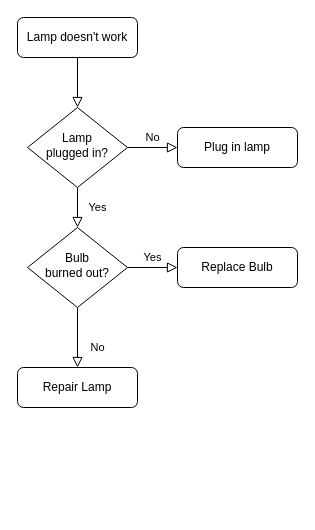
Before: sendCode.drawio in njauwj/draw, a draw.io diagram. Source tidied: cells renumbered, new cells numbered last; positions are measured from the earlier drawing's top-left corner, leaving out a move shared by most shapes. Both pictures are drawn from the tidied source at 100%, with x=0, y=0 at pixel (17, 17).
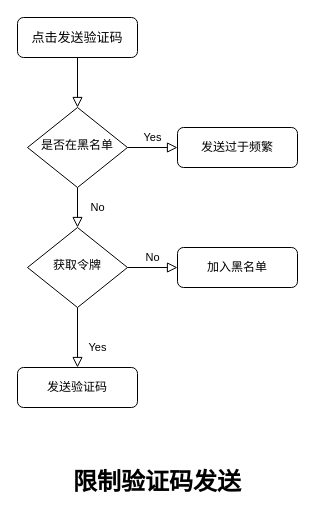
The same diagram, later.

Diff of the diagram source:
```diff
@@
 <mxGraphModel>
   <root>
     <mxCell id="0" />
     <mxCell id="1" parent="0" />
     <mxCell id="2" style="rounded=0;html=1;jettySize=auto;fontSize=11;endArrow=block;endFill=0;endSize=8;strokeWidth=1;shadow=0;labelBackgroundColor=none;edgeStyle=orthogonalEdgeStyle;" parent="1" edge="1" source="3" target="6">
       <mxGeometry relative="1" as="geometry" />
     </mxCell>
-    <mxCell id="3" value="Lamp doesn't work" style="rounded=1;whiteSpace=wrap;html=1;fontSize=12;glass=0;strokeWidth=1;shadow=0;" parent="1" vertex="1">
+    <mxCell id="3" value="&lt;font style=&quot;font-size: 13px;&quot;&gt;点击发送验证码&lt;/font&gt;" style="rounded=1;whiteSpace=wrap;html=1;fontSize=12;glass=0;strokeWidth=1;shadow=0;" parent="1" vertex="1">
       <mxGeometry width="120" height="40" as="geometry" />
     </mxCell>
-    <mxCell id="4" value="Yes" style="rounded=0;html=1;jettySize=auto;fontSize=11;endArrow=block;endFill=0;endSize=8;strokeWidth=1;shadow=0;labelBackgroundColor=none;edgeStyle=orthogonalEdgeStyle;" parent="1" edge="1" source="6" target="10">
+    <mxCell id="4" value="No" style="rounded=0;html=1;jettySize=auto;fontSize=11;endArrow=block;endFill=0;endSize=8;strokeWidth=1;shadow=0;labelBackgroundColor=none;edgeStyle=orthogonalEdgeStyle;" parent="1" edge="1" source="6" target="10">
       <mxGeometry y="20" relative="1" as="geometry" />
     </mxCell>
-    <mxCell id="5" value="No" style="edgeStyle=orthogonalEdgeStyle;rounded=0;html=1;jettySize=auto;fontSize=11;endArrow=block;endFill=0;endSize=8;strokeWidth=1;shadow=0;labelBackgroundColor=none;" parent="1" edge="1" source="6" target="7">
+    <mxCell id="5" value="Yes" style="edgeStyle=orthogonalEdgeStyle;rounded=0;html=1;jettySize=auto;fontSize=11;endArrow=block;endFill=0;endSize=8;strokeWidth=1;shadow=0;labelBackgroundColor=none;" parent="1" edge="1" source="6" target="7">
       <mxGeometry y="10" relative="1" as="geometry" />
     </mxCell>
-    <mxCell id="6" value="Lamp&lt;br&gt;plugged in?" style="rhombus;whiteSpace=wrap;html=1;shadow=0;fontFamily=Helvetica;fontSize=12;align=center;strokeWidth=1;spacing=6;spacingTop=-4;" parent="1" vertex="1">
+    <mxCell id="6" value="&lt;font style=&quot;font-size: 12px;&quot;&gt;是否在黑名单&lt;/font&gt;" style="rhombus;whiteSpace=wrap;html=1;shadow=0;fontFamily=Helvetica;fontSize=12;align=center;strokeWidth=1;spacing=6;spacingTop=-4;" parent="1" vertex="1">
       <mxGeometry x="10" y="90" width="100" height="80" as="geometry" />
     </mxCell>
-    <mxCell id="7" value="Plug in lamp" style="rounded=1;whiteSpace=wrap;html=1;fontSize=12;glass=0;strokeWidth=1;shadow=0;" parent="1" vertex="1">
+    <mxCell id="7" value="发送过于频繁" style="rounded=1;whiteSpace=wrap;html=1;fontSize=12;glass=0;strokeWidth=1;shadow=0;" parent="1" vertex="1">
       <mxGeometry x="160" y="110" width="120" height="40" as="geometry" />
     </mxCell>
-    <mxCell id="8" value="No" style="rounded=0;html=1;jettySize=auto;fontSize=11;endArrow=block;endFill=0;endSize=8;strokeWidth=1;shadow=0;labelBackgroundColor=none;edgeStyle=orthogonalEdgeStyle;" parent="1" edge="1" source="10" target="11">
+    <mxCell id="8" value="Yes" style="rounded=0;html=1;jettySize=auto;fontSize=11;endArrow=block;endFill=0;endSize=8;strokeWidth=1;shadow=0;labelBackgroundColor=none;edgeStyle=orthogonalEdgeStyle;" parent="1" edge="1" source="10" target="11">
       <mxGeometry x="0.33" y="20" relative="1" as="geometry" />
     </mxCell>
-    <mxCell id="9" value="Yes" style="edgeStyle=orthogonalEdgeStyle;rounded=0;html=1;jettySize=auto;fontSize=11;endArrow=block;endFill=0;endSize=8;strokeWidth=1;shadow=0;labelBackgroundColor=none;" parent="1" edge="1" source="10" target="12">
+    <mxCell id="9" value="No" style="edgeStyle=orthogonalEdgeStyle;rounded=0;html=1;jettySize=auto;fontSize=11;endArrow=block;endFill=0;endSize=8;strokeWidth=1;shadow=0;labelBackgroundColor=none;" parent="1" edge="1" source="10" target="12">
       <mxGeometry y="10" relative="1" as="geometry" />
     </mxCell>
-    <mxCell id="10" value="Bulb&lt;br&gt;burned out?" style="rhombus;whiteSpace=wrap;html=1;shadow=0;fontFamily=Helvetica;fontSize=12;align=center;strokeWidth=1;spacing=6;spacingTop=-4;" parent="1" vertex="1">
+    <mxCell id="10" value="获取令牌" style="rhombus;whiteSpace=wrap;html=1;shadow=0;fontFamily=Helvetica;fontSize=12;align=center;strokeWidth=1;spacing=6;spacingTop=-4;" parent="1" vertex="1">
       <mxGeometry x="10" y="210" width="100" height="80" as="geometry" />
     </mxCell>
-    <mxCell id="11" value="Repair Lamp" style="rounded=1;whiteSpace=wrap;html=1;fontSize=12;glass=0;strokeWidth=1;shadow=0;" parent="1" vertex="1">
+    <mxCell id="11" value="发送验证码" style="rounded=1;whiteSpace=wrap;html=1;fontSize=12;glass=0;strokeWidth=1;shadow=0;" parent="1" vertex="1">
       <mxGeometry y="350" width="120" height="40" as="geometry" />
     </mxCell>
-    <mxCell id="12" value="Replace Bulb" style="rounded=1;whiteSpace=wrap;html=1;fontSize=12;glass=0;strokeWidth=1;shadow=0;" parent="1" vertex="1">
+    <mxCell id="12" value="加入黑名单" style="rounded=1;whiteSpace=wrap;html=1;fontSize=12;glass=0;strokeWidth=1;shadow=0;" parent="1" vertex="1">
       <mxGeometry x="160" y="230" width="120" height="40" as="geometry" />
     </mxCell>
+    <mxCell id="13" value="&lt;h1&gt;限制验证码发送&lt;/h1&gt;" style="text;html=1;align=center;verticalAlign=middle;whiteSpace=wrap;rounded=0;" parent="1" vertex="1">
+      <mxGeometry x="30" y="450" width="220" height="30" as="geometry" />
+    </mxCell>
   </root>
 </mxGraphModel>
```
